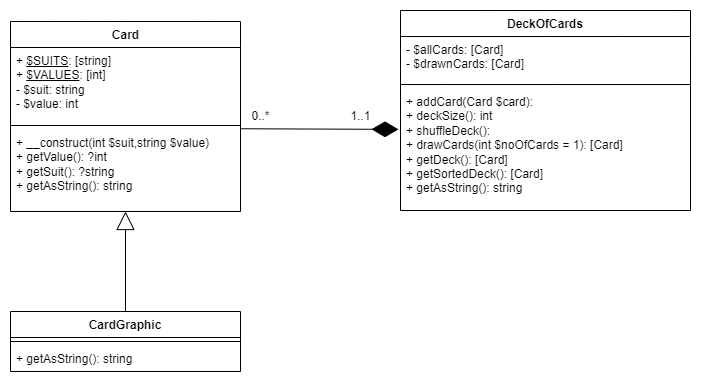
p0ntan/mvc keeps this draw.io diagram as public/image/kmom02_uml.png. Above is the earlier version. Source tidied: cells renumbered, new cells last; positions are measured from the earlier drawing's top-left corner, leaving out a move shared by most shapes.
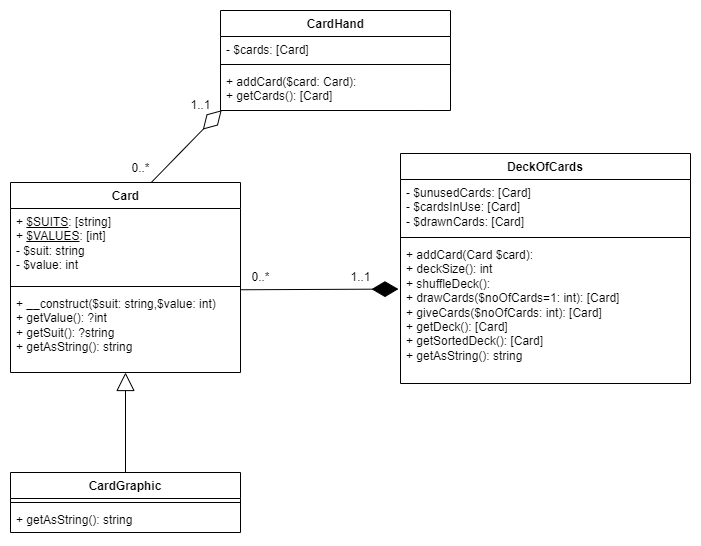
The same file after the commit.

Commit message:
Update text and diagram for optional assignment

Diff of the diagram source:
```diff
@@ -11,7 +11,7 @@
     <mxCell id="4" style="line;strokeWidth=1;fillColor=none;align=left;verticalAlign=middle;spacingTop=-1;spacingLeft=3;spacingRight=3;labelPosition=right;strokeColor=inherit;" parent="2" vertex="1">
       <mxGeometry y="100" width="230" height="8" as="geometry" />
     </mxCell>
-    <mxCell id="5" value="+ __construct(int $suit,string $value)&lt;br&gt;+ getValue(): ?int&lt;br&gt;+ getSuit(): ?string&lt;br&gt;+ getAsString(): string&lt;br&gt;" style="text;strokeColor=none;fillColor=none;align=left;verticalAlign=top;spacingLeft=4;spacingRight=4;overflow=hidden;points=[[0,0.5],[1,0.5]];portConstraint=eastwest;whiteSpace=wrap;html=1;spacing=2;spacingTop=0;spacingBottom=0;" parent="2" vertex="1">
+    <mxCell id="5" value="+ __construct($suit: string,$value: int)&lt;br&gt;+ getValue(): ?int&lt;br&gt;+ getSuit(): ?string&lt;br&gt;+ getAsString(): string" style="text;strokeColor=none;fillColor=none;align=left;verticalAlign=top;spacingLeft=4;spacingRight=4;overflow=hidden;points=[[0,0.5],[1,0.5]];portConstraint=eastwest;whiteSpace=wrap;html=1;spacing=2;spacingTop=0;spacingBottom=0;" parent="2" vertex="1">
       <mxGeometry y="108" width="230" height="82" as="geometry" />
     </mxCell>
     <mxCell id="6" value="CardGraphic" style="swimlane;fontStyle=1;align=center;verticalAlign=top;horizontal=1;startSize=26;whiteSpace=wrap;html=1;" parent="1" vertex="1">
@@ -29,25 +29,46 @@
       </mxGeometry>
     </mxCell>
     <mxCell id="10" value="DeckOfCards" style="swimlane;fontStyle=1;align=center;verticalAlign=top;horizontal=1;startSize=26;whiteSpace=wrap;html=1;" parent="1" vertex="1">
-      <mxGeometry x="390" width="290" height="200" as="geometry" />
+      <mxGeometry x="390" y="-18" width="290" height="230" as="geometry" />
     </mxCell>
-    <mxCell id="11" value="- $allCards: [Card]&lt;br&gt;- $drawnCards: [Card]" style="text;strokeColor=none;fillColor=none;align=left;verticalAlign=top;spacingLeft=4;spacingRight=4;overflow=hidden;whiteSpace=wrap;html=1;" parent="10" vertex="1">
-      <mxGeometry y="26" width="290" height="44" as="geometry" />
+    <mxCell id="11" value="- $unusedCards: [Card]&lt;br&gt;- $cardsInUse: [Card]&lt;br&gt;- $drawnCards: [Card]" style="text;strokeColor=none;fillColor=none;align=left;verticalAlign=top;spacingLeft=4;spacingRight=4;overflow=hidden;whiteSpace=wrap;html=1;" parent="10" vertex="1">
+      <mxGeometry y="26" width="290" height="54" as="geometry" />
     </mxCell>
     <mxCell id="12" style="line;strokeWidth=1;fillColor=none;align=left;verticalAlign=middle;spacingTop=-1;spacingLeft=3;spacingRight=3;labelPosition=right;strokeColor=inherit;" parent="10" vertex="1">
-      <mxGeometry y="70" width="290" height="8" as="geometry" />
+      <mxGeometry y="80" width="290" height="8" as="geometry" />
     </mxCell>
-    <mxCell id="13" value="+ addCard(Card $card):&lt;br&gt;+ deckSize(): int&lt;br&gt;+ shuffleDeck():&lt;br&gt;+ drawCards(int $noOfCards = 1): [Card]&lt;br&gt;+ getDeck(): [Card]&lt;br&gt;+ getSortedDeck(): [Card]&lt;br&gt;+ getAsString(): string" style="text;strokeColor=none;fillColor=none;align=left;verticalAlign=top;spacingLeft=4;spacingRight=4;overflow=hidden;points=[[0,0.5],[1,0.5]];portConstraint=eastwest;whiteSpace=wrap;html=1;spacing=2;spacingTop=0;spacingBottom=0;" parent="10" vertex="1">
-      <mxGeometry y="78" width="290" height="122" as="geometry" />
+    <mxCell id="13" value="+ addCard(Card $card):&lt;br&gt;+ deckSize(): int&lt;br&gt;+ shuffleDeck():&lt;br&gt;+ drawCards($noOfCards=1: int): [Card]&lt;br&gt;+ giveCards($noOfCards: int): [Card]&lt;br&gt;+ getDeck(): [Card]&lt;br&gt;+ getSortedDeck(): [Card]&lt;br&gt;+ getAsString(): string" style="text;strokeColor=none;fillColor=none;align=left;verticalAlign=top;spacingLeft=4;spacingRight=4;overflow=hidden;points=[[0,0.5],[1,0.5]];portConstraint=eastwest;whiteSpace=wrap;html=1;spacing=2;spacingTop=0;spacingBottom=0;" parent="10" vertex="1">
+      <mxGeometry y="88" width="290" height="142" as="geometry" />
     </mxCell>
     <mxCell id="14" value="0..*" style="text;html=1;align=center;verticalAlign=middle;strokeColor=none;fillColor=none;" parent="1" vertex="1">
       <mxGeometry x="230" y="91" width="40" height="30" as="geometry" />
     </mxCell>
     <mxCell id="15" value="1..1" style="text;html=1;align=center;verticalAlign=middle;strokeColor=none;fillColor=none;" parent="1" vertex="1">
-      <mxGeometry x="330" y="91" width="40" height="30" as="geometry" />
+      <mxGeometry x="170" y="-81" width="40" height="30" as="geometry" />
     </mxCell>
     <mxCell id="16" style="endArrow=diamondThin;endFill=1;endSize=24;html=1;rounded=0;entryX=-0.007;entryY=0.335;entryDx=0;entryDy=0;entryPerimeter=0;exitX=1.001;exitY=-0.009;exitDx=0;exitDy=0;exitPerimeter=0;" parent="1" edge="1" source="5" target="13">
       <mxGeometry relative="1" as="geometry" />
     </mxCell>
+    <mxCell id="17" value="CardHand" style="swimlane;fontStyle=1;align=center;verticalAlign=top;horizontal=1;startSize=26;whiteSpace=wrap;html=1;spacingTop=0;spacing=2;spacingLeft=1;" parent="1" vertex="1">
+      <mxGeometry x="210" y="-161" width="230" height="100" as="geometry" />
+    </mxCell>
+    <mxCell id="18" value="- $cards: [Card]&lt;br&gt;" style="text;strokeColor=none;fillColor=none;align=left;verticalAlign=top;spacingLeft=4;spacingRight=4;overflow=hidden;whiteSpace=wrap;html=1;spacing=2;spacingTop=0;" parent="17" vertex="1">
+      <mxGeometry y="26" width="230" height="24" as="geometry" />
+    </mxCell>
+    <mxCell id="19" style="line;strokeWidth=1;fillColor=none;align=left;verticalAlign=middle;spacingTop=-1;spacingLeft=3;spacingRight=3;labelPosition=right;strokeColor=inherit;" parent="17" vertex="1">
+      <mxGeometry y="50" width="230" height="8" as="geometry" />
+    </mxCell>
+    <mxCell id="20" value="+ addCard($card: Card):&lt;br&gt;+ getCards(): [Card]" style="text;strokeColor=none;fillColor=none;align=left;verticalAlign=top;spacingLeft=4;spacingRight=4;overflow=hidden;points=[[0,0.5],[1,0.5]];portConstraint=eastwest;whiteSpace=wrap;html=1;spacing=2;spacingTop=0;spacingBottom=0;" parent="17" vertex="1">
+      <mxGeometry y="58" width="230" height="42" as="geometry" />
+    </mxCell>
+    <mxCell id="21" style="endArrow=diamondThin;endFill=0;endSize=24;html=1;rounded=0;exitX=0.612;exitY=0;exitDx=0;exitDy=0;exitPerimeter=0;entryX=0.005;entryY=0.994;entryDx=0;entryDy=0;entryPerimeter=0;" parent="1" edge="1" source="2" target="20">
+      <mxGeometry relative="1" as="geometry" />
+    </mxCell>
+    <mxCell id="22" value="0..*" style="text;html=1;align=center;verticalAlign=middle;strokeColor=none;fillColor=none;" parent="1" vertex="1">
+      <mxGeometry x="110" y="-18" width="40" height="30" as="geometry" />
+    </mxCell>
+    <mxCell id="23" value="1..1" style="text;html=1;align=center;verticalAlign=middle;strokeColor=none;fillColor=none;" parent="1" vertex="1">
+      <mxGeometry x="330" y="91" width="40" height="30" as="geometry" />
+    </mxCell>
   </root>
 </mxGraphModel>
```
